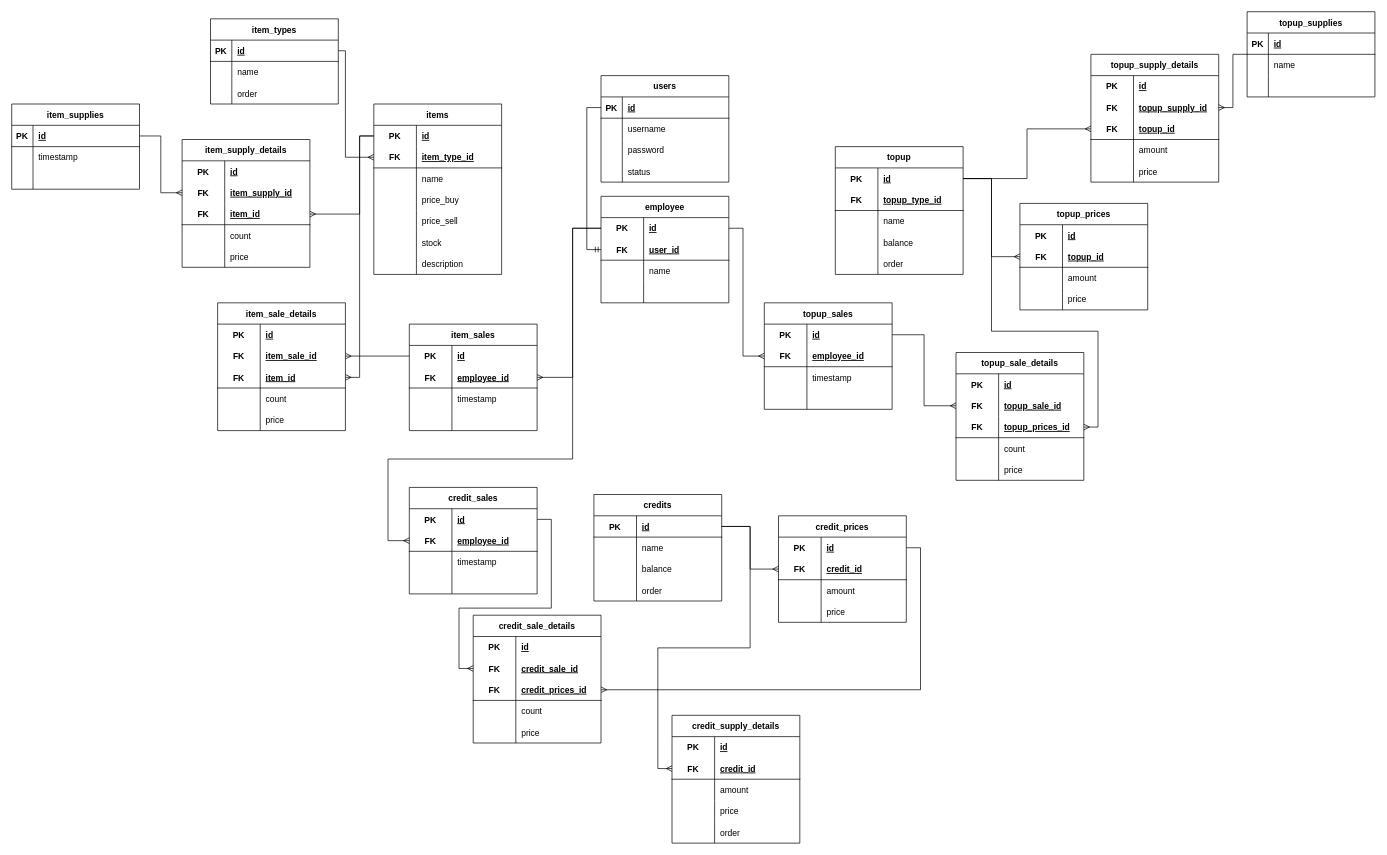
yafizh/cell-phone-api keeps this draw.io diagram as database/Database Schema.drawio. Above is the earlier version. Source tidied: cells renumbered, new cells numbered last; positions are measured from the earlier drawing's top-left corner, leaving out a move shared by most shapes. Both pictures are drawn from the tidied source at 71%, with x=0, y=0 at pixel (11, 11).
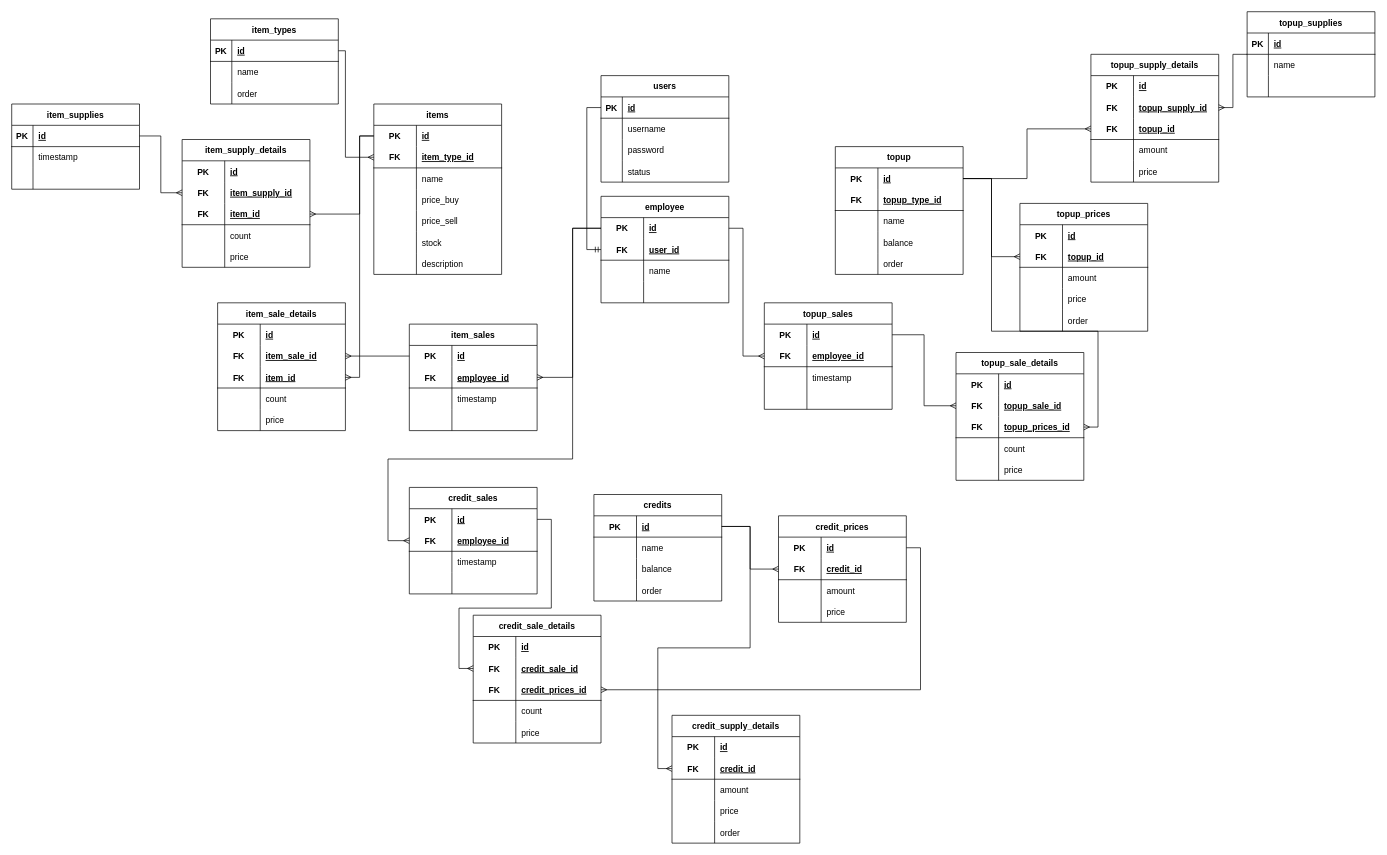
Above is the later version.

Change to the diagram source:
```diff
@@
     <mxCell id="105" value="topup_prices" style="shape=table;startSize=30;childLayout=tableLayout;rowLines=0;fontStyle=1;align=center;" parent="1" vertex="1">
-      <mxGeometry x="1420" y="270" width="180" height="150" as="geometry" />
+      <mxGeometry x="1420" y="270" width="180" height="180" as="geometry" />
     </mxCell>
@@
+    <mxCell id="288" style="shape=tableRow;horizontal=0;startSize=0;swimlaneHead=0;swimlaneBody=0;fillColor=none;top=0;left=0;right=0;bottom=0;" parent="105" vertex="1">
+      <mxGeometry y="150" width="180" height="30" as="geometry" />
+    </mxCell>
+    <mxCell id="289" style="shape=partialRectangle;fillColor=none;top=0;left=0;bottom=0;right=0;overflow=hidden;" parent="288" vertex="1">
+      <mxGeometry width="60" height="30" as="geometry" />
+    </mxCell>
+    <mxCell id="290" value="order" style="shape=partialRectangle;fillColor=none;top=0;left=0;bottom=0;right=0;align=left;spacingLeft=6;overflow=hidden;" parent="288" vertex="1">
+      <mxGeometry x="60" width="120" height="30" as="geometry" />
+    </mxCell>
```
